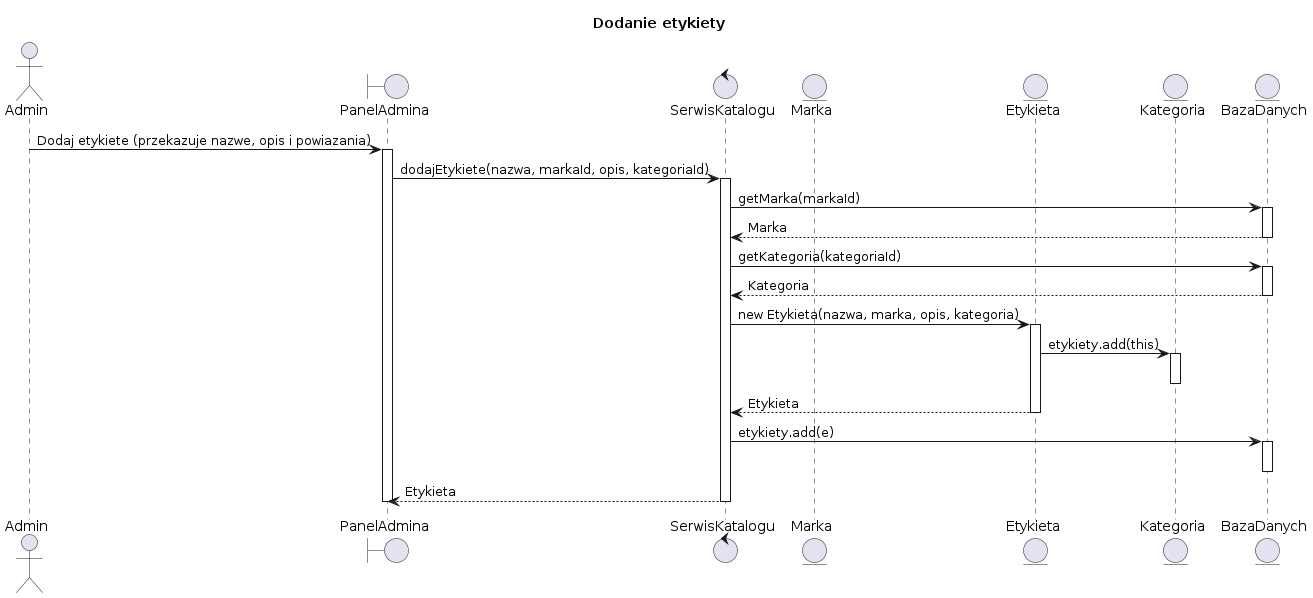
Above: diagramy/diagramy_sekwencji/DodanieEtykiety.png in KoduraS/IO-project-RentalAid (PlantUML), before the change. Source of this version:
```plantuml
@startuml
title Dodanie etykiety

actor    Admin              as ADM

boundary "PanelAdmina"      as UI
control  "SerwisKatalogu"   as SRV
entity   "Marka"            as MAR
entity   "Etykieta"         as ETY
entity   "Kategoria"        as KAT
entity   "BazaDanych"       as BAD

ADM -> UI  : Dodaj etykiete (przekazuje nazwe, opis i powiazania)
activate UI

UI  -> SRV : dodajEtykiete(nazwa, markaId, opis, kategoriaId)
activate SRV

SRV -> BAD : getMarka(markaId)
activate BAD
BAD --> SRV : Marka
deactivate BAD

SRV -> BAD : getKategoria(kategoriaId)
activate BAD
BAD --> SRV : Kategoria
deactivate BAD

SRV -> ETY : new Etykieta(nazwa, marka, opis, kategoria)
activate ETY

ETY -> KAT  : etykiety.add(this)
activate KAT
deactivate KAT

ETY --> SRV : Etykieta
deactivate ETY

SRV -> BAD : etykiety.add(e)
activate BAD
deactivate BAD

SRV --> UI  : Etykieta
deactivate SRV

deactivate UI
@enduml
```
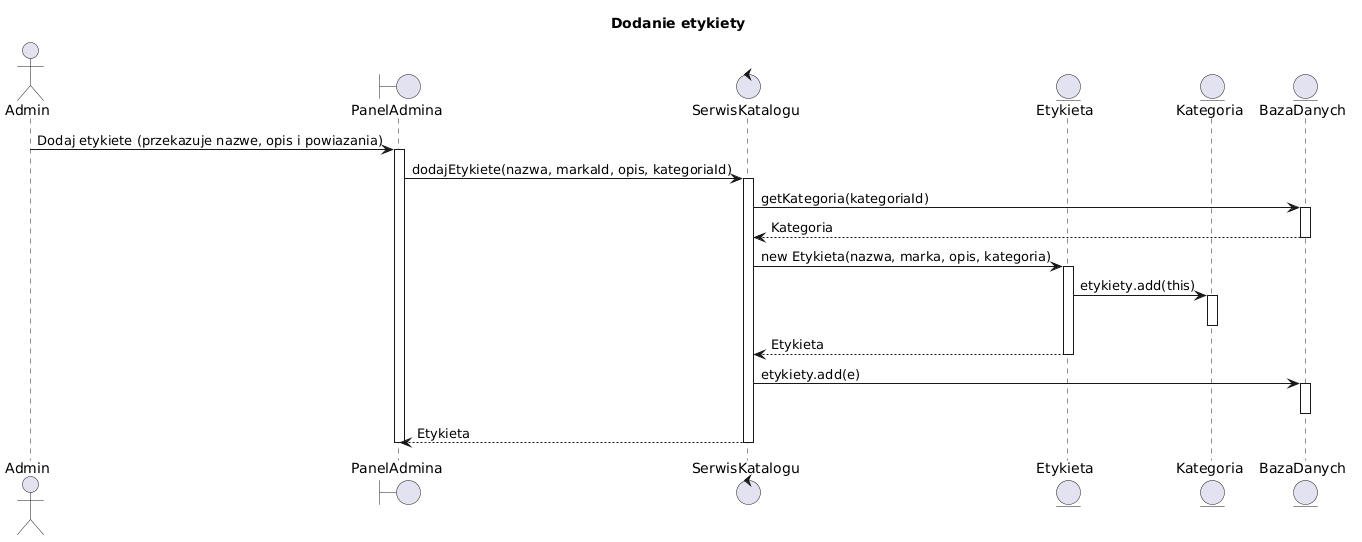
After the change.

Change to the diagram source:
```diff
@@ -5,7 +5,6 @@
 
 boundary "PanelAdmina"      as UI
 control  "SerwisKatalogu"   as SRV
-entity   "Marka"            as MAR
 entity   "Etykieta"         as ETY
 entity   "Kategoria"        as KAT
 entity   "BazaDanych"       as BAD
@@ -15,11 +14,6 @@
 
 UI  -> SRV : dodajEtykiete(nazwa, markaId, opis, kategoriaId)
 activate SRV
-
-SRV -> BAD : getMarka(markaId)
-activate BAD
-BAD --> SRV : Marka
-deactivate BAD
 
 SRV -> BAD : getKategoria(kategoriaId)
 activate BAD
```
